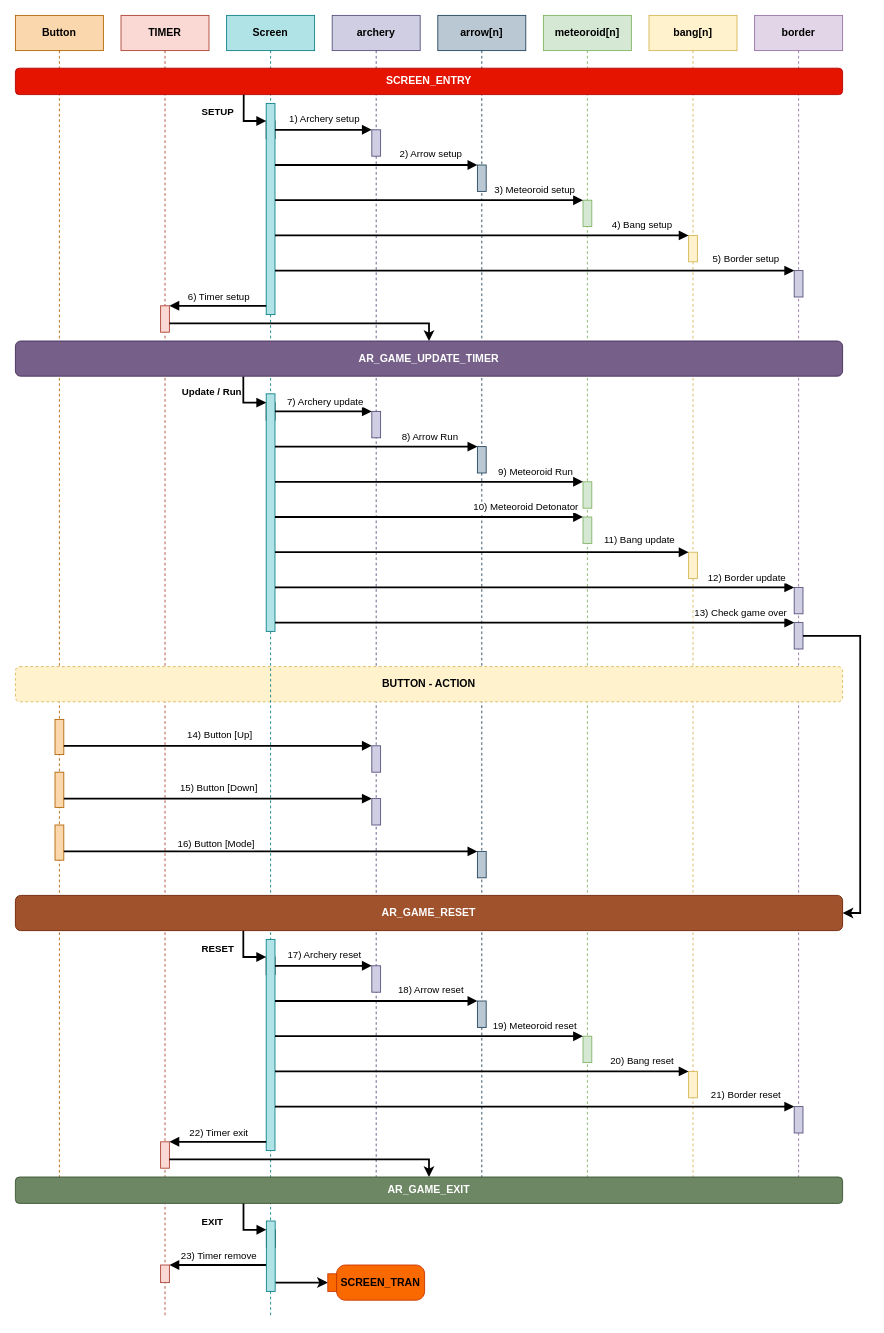
This is page "Page-1" (1 of 2) of Untitled Diagram.drawio from QuocBuu/drawio, a draw.io file, before an edit. Source tidied: cells renumbered, new cells numbered last; positions are measured from the earlier drawing's top-left corner, leaving out a move shared by most shapes. Both pictures are drawn from the tidied source at 88%, with x=0, y=0 at pixel (15, 15).
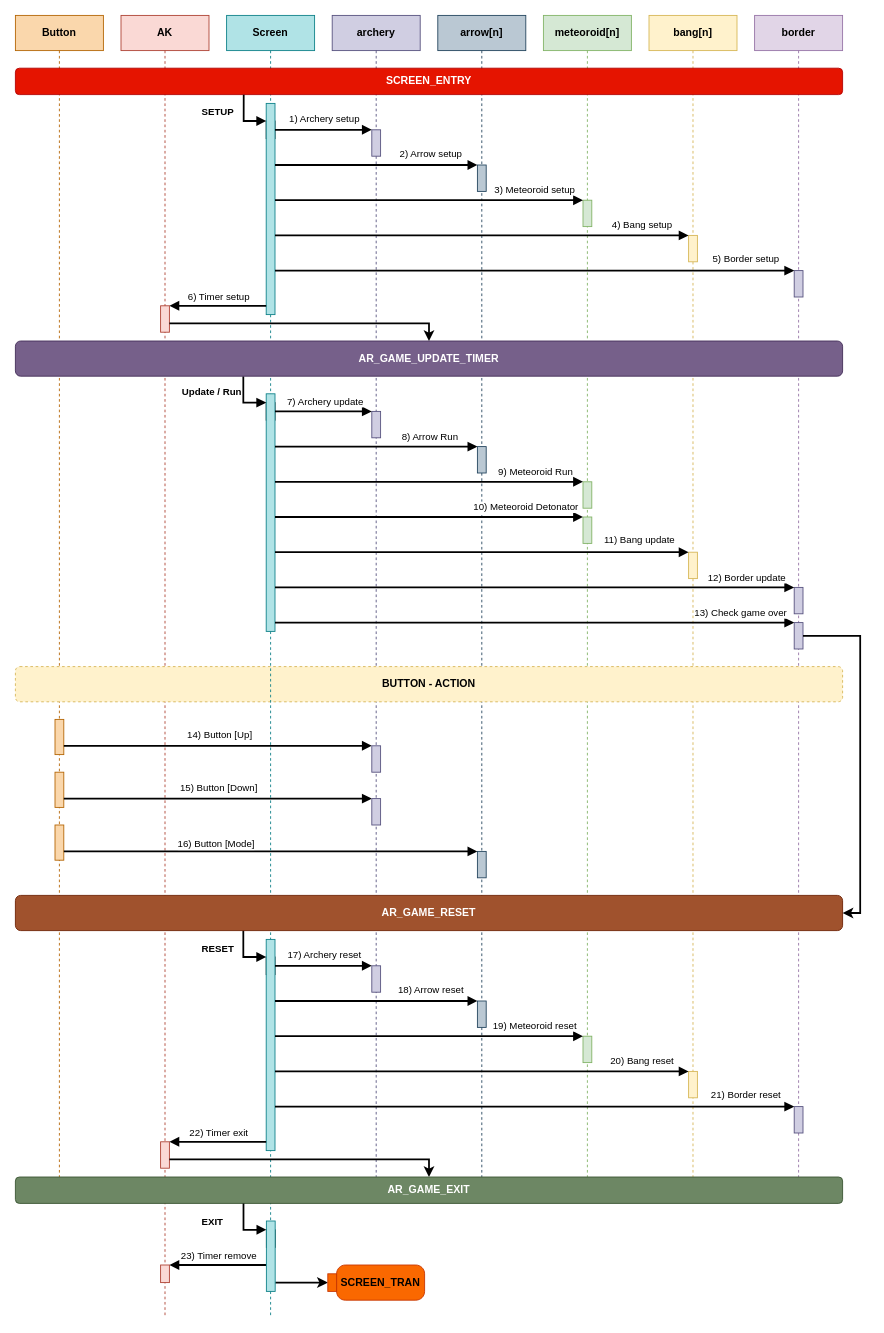
Above is the later version.

The edit, as a diff of the source:
```diff
@@
-    <mxCell id="13" value="&lt;b&gt;TIMER&lt;/b&gt;" style="shape=umlLifeline;perimeter=lifelinePerimeter;whiteSpace=wrap;html=1;newEdgeStyle={&quot;curved&quot;:0,&quot;rounded&quot;:0};fillColor=#fad9d5;strokeColor=#ae4132;" parent="1" vertex="1">
+    <mxCell id="13" value="&lt;b&gt;AK&lt;/b&gt;" style="shape=umlLifeline;perimeter=lifelinePerimeter;whiteSpace=wrap;html=1;newEdgeStyle={&quot;curved&quot;:0,&quot;rounded&quot;:0};fillColor=#fad9d5;strokeColor=#ae4132;" parent="1" vertex="1">
       <mxGeometry x="120" width="100" height="1480" as="geometry" />
     </mxCell>
```
